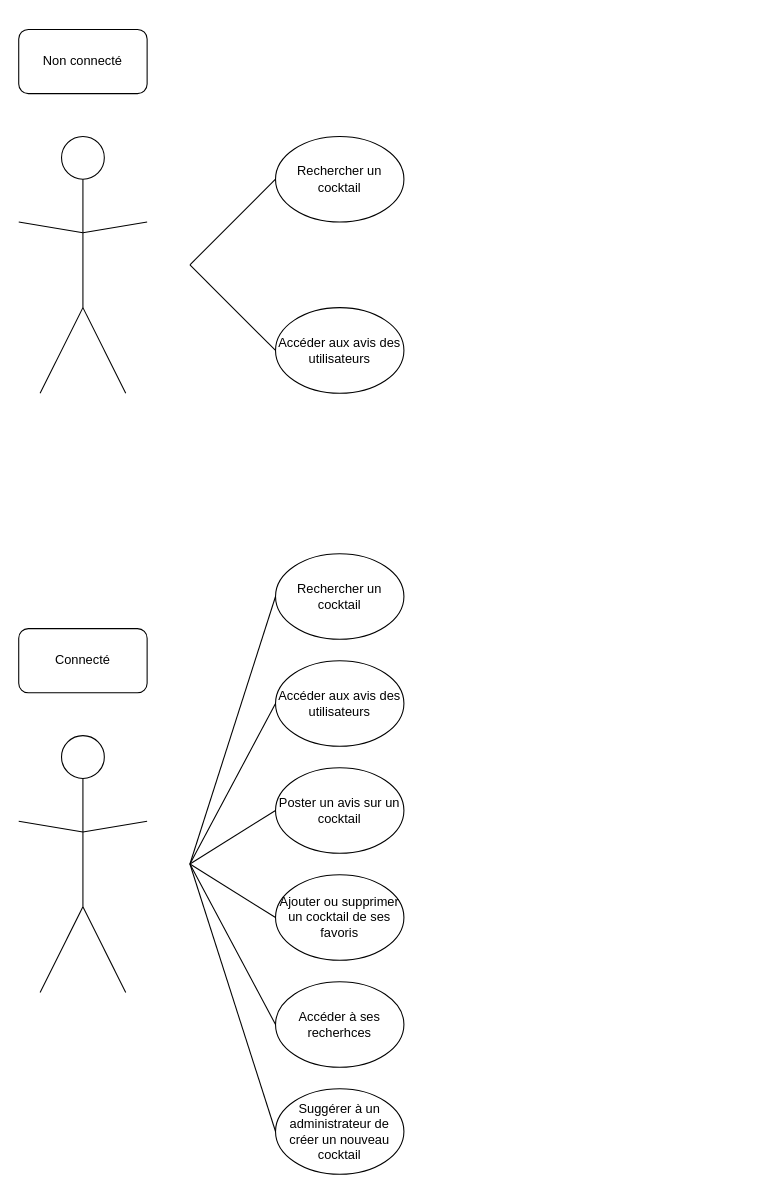
Above: Diagramme de cas d'utilisation.drawio in wahib299/ProjetInfo2A (draw.io), before the change. Source tidied: cells renumbered, new cells numbered last; positions are measured from the earlier drawing's top-left corner, leaving out a move shared by most shapes. Both pictures are drawn from the tidied source at 107%, with x=0, y=0 at pixel (18, 29).
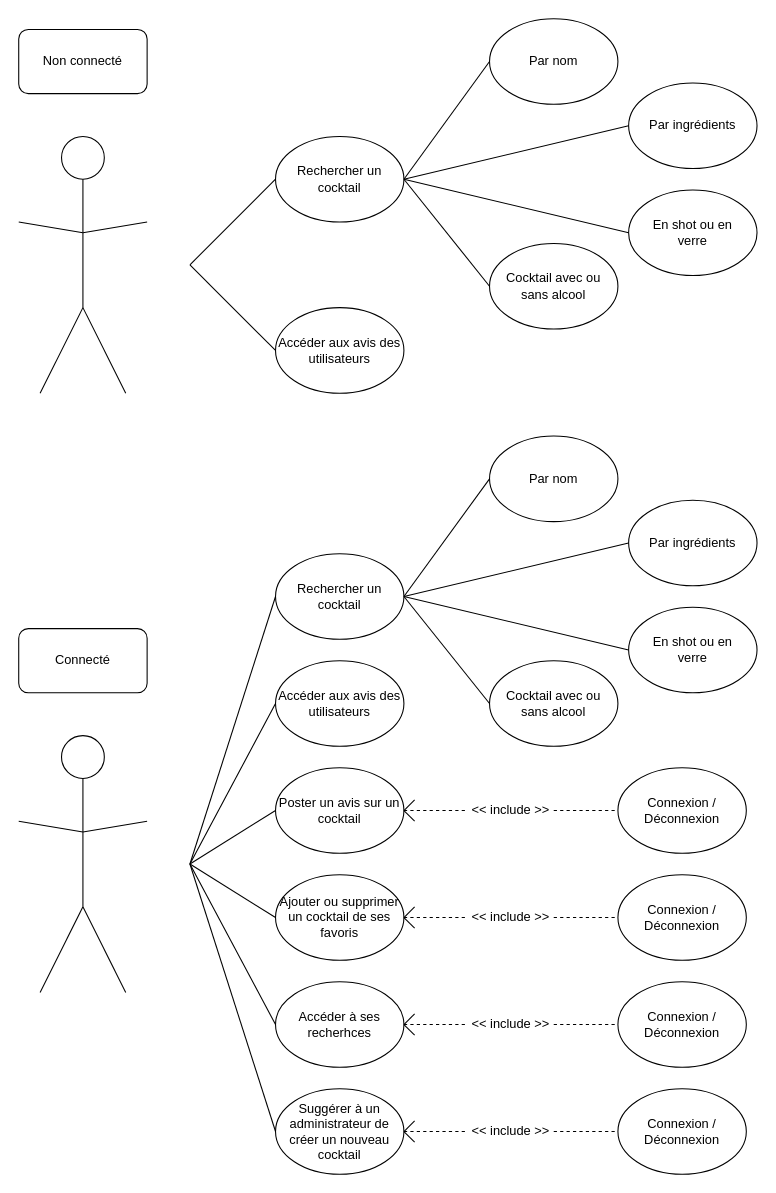
The same diagram, later.

Unchanged cells that the change refers to:
```xml
<mxCell id="19" value="Rechercher un cocktail" style="ellipse;whiteSpace=wrap;html=1;" parent="1" vertex="1">
  <mxGeometry x="240" y="490" width="120" height="80" as="geometry" />
</mxCell>
```

What changed in the source:
```diff
@@
+    <mxCell id="32" style="endArrow=none;html=1;" parent="1" edge="1">
+      <mxGeometry relative="1" as="geometry">
+        <mxPoint x="360" y="730" as="sourcePoint" />
+        <mxPoint x="370" y="720" as="targetPoint" />
+      </mxGeometry>
+    </mxCell>
+    <mxCell id="33" style="endArrow=none;html=1;" parent="1" edge="1">
+      <mxGeometry relative="1" as="geometry">
+        <mxPoint x="360" y="730" as="sourcePoint" />
+        <mxPoint x="370" y="740" as="targetPoint" />
+      </mxGeometry>
+    </mxCell>
+    <mxCell id="34" style="endArrow=none;dashed=1;html=1;entryX=0;entryY=0.5;entryDx=0;entryDy=0;" parent="1" edge="1" target="35">
+      <mxGeometry relative="1" as="geometry">
+        <mxPoint x="360" y="730" as="sourcePoint" />
+      </mxGeometry>
+    </mxCell>
+    <mxCell id="35" value="&amp;lt;&amp;lt; include &amp;gt;&amp;gt;" style="text;html=1;strokeColor=none;fillColor=none;align=center;verticalAlign=middle;whiteSpace=wrap;rounded=0;" parent="1" vertex="1">
+      <mxGeometry x="420" y="720" width="80" height="20" as="geometry" />
+    </mxCell>
+    <mxCell id="36" style="endArrow=none;dashed=1;html=1;exitX=1;exitY=0.5;exitDx=0;exitDy=0;" parent="1" edge="1" source="35">
+      <mxGeometry relative="1" as="geometry">
+        <mxPoint x="560" y="730" as="targetPoint" />
+      </mxGeometry>
+    </mxCell>
+    <mxCell id="37" style="endArrow=none;html=1;" parent="1" edge="1">
+      <mxGeometry relative="1" as="geometry">
+        <mxPoint x="360" y="830" as="sourcePoint" />
+        <mxPoint x="370" y="820" as="targetPoint" />
+      </mxGeometry>
+    </mxCell>
+    <mxCell id="38" style="endArrow=none;html=1;" parent="1" edge="1">
+      <mxGeometry relative="1" as="geometry">
+        <mxPoint x="360" y="830" as="sourcePoint" />
+        <mxPoint x="370" y="840" as="targetPoint" />
+      </mxGeometry>
+    </mxCell>
+    <mxCell id="39" style="endArrow=none;dashed=1;html=1;entryX=0;entryY=0.5;entryDx=0;entryDy=0;" parent="1" edge="1" target="40">
+      <mxGeometry relative="1" as="geometry">
+        <mxPoint x="360" y="830" as="sourcePoint" />
+      </mxGeometry>
+    </mxCell>
+    <mxCell id="40" value="&amp;lt;&amp;lt; include &amp;gt;&amp;gt;" style="text;html=1;strokeColor=none;fillColor=none;align=center;verticalAlign=middle;whiteSpace=wrap;rounded=0;" parent="1" vertex="1">
+      <mxGeometry x="420" y="820" width="80" height="20" as="geometry" />
+    </mxCell>
+    <mxCell id="41" style="endArrow=none;dashed=1;html=1;exitX=1;exitY=0.5;exitDx=0;exitDy=0;" parent="1" edge="1" source="40">
+      <mxGeometry relative="1" as="geometry">
+        <mxPoint x="560" y="830" as="targetPoint" />
+      </mxGeometry>
+    </mxCell>
+    <mxCell id="42" style="endArrow=none;html=1;" parent="1" edge="1">
+      <mxGeometry relative="1" as="geometry">
+        <mxPoint x="360" y="930" as="sourcePoint" />
+        <mxPoint x="370" y="920" as="targetPoint" />
+      </mxGeometry>
+    </mxCell>
+    <mxCell id="43" style="endArrow=none;html=1;" parent="1" edge="1">
+      <mxGeometry relative="1" as="geometry">
+        <mxPoint x="360" y="930" as="sourcePoint" />
+        <mxPoint x="370" y="940" as="targetPoint" />
+      </mxGeometry>
+    </mxCell>
+    <mxCell id="44" style="endArrow=none;dashed=1;html=1;entryX=0;entryY=0.5;entryDx=0;entryDy=0;" parent="1" edge="1" target="45">
+      <mxGeometry relative="1" as="geometry">
+        <mxPoint x="360" y="930" as="sourcePoint" />
+      </mxGeometry>
+    </mxCell>
+    <mxCell id="45" value="&amp;lt;&amp;lt; include &amp;gt;&amp;gt;" style="text;html=1;strokeColor=none;fillColor=none;align=center;verticalAlign=middle;whiteSpace=wrap;rounded=0;" parent="1" vertex="1">
+      <mxGeometry x="420" y="920" width="80" height="20" as="geometry" />
+    </mxCell>
+    <mxCell id="46" style="endArrow=none;dashed=1;html=1;exitX=1;exitY=0.5;exitDx=0;exitDy=0;" parent="1" edge="1" source="45">
+      <mxGeometry relative="1" as="geometry">
+        <mxPoint x="560" y="930" as="targetPoint" />
+      </mxGeometry>
+    </mxCell>
+    <mxCell id="47" style="endArrow=none;html=1;" parent="1" edge="1">
+      <mxGeometry relative="1" as="geometry">
+        <mxPoint x="360" y="1030" as="sourcePoint" />
+        <mxPoint x="370" y="1020" as="targetPoint" />
+      </mxGeometry>
+    </mxCell>
+    <mxCell id="48" style="endArrow=none;html=1;" parent="1" edge="1">
+      <mxGeometry relative="1" as="geometry">
+        <mxPoint x="360" y="1030" as="sourcePoint" />
+        <mxPoint x="370" y="1040" as="targetPoint" />
+      </mxGeometry>
+    </mxCell>
+    <mxCell id="49" style="endArrow=none;dashed=1;html=1;entryX=0;entryY=0.5;entryDx=0;entryDy=0;" parent="1" edge="1" target="50">
+      <mxGeometry relative="1" as="geometry">
+        <mxPoint x="360" y="1030" as="sourcePoint" />
+      </mxGeometry>
+    </mxCell>
+    <mxCell id="50" value="&amp;lt;&amp;lt; include &amp;gt;&amp;gt;" style="text;html=1;strokeColor=none;fillColor=none;align=center;verticalAlign=middle;whiteSpace=wrap;rounded=0;" parent="1" vertex="1">
+      <mxGeometry x="420" y="1020" width="80" height="20" as="geometry" />
+    </mxCell>
+    <mxCell id="51" style="endArrow=none;dashed=1;html=1;exitX=1;exitY=0.5;exitDx=0;exitDy=0;" parent="1" edge="1" source="50">
+      <mxGeometry relative="1" as="geometry">
+        <mxPoint x="560" y="1030" as="targetPoint" />
+      </mxGeometry>
+    </mxCell>
+    <mxCell id="52" value="Connexion / Déconnexion" style="ellipse;whiteSpace=wrap;html=1;" parent="1" vertex="1">
+      <mxGeometry x="560" y="690" width="120" height="80" as="geometry" />
+    </mxCell>
+    <mxCell id="53" value="Connexion / Déconnexion" style="ellipse;whiteSpace=wrap;html=1;" parent="1" vertex="1">
+      <mxGeometry x="560" y="990" width="120" height="80" as="geometry" />
+    </mxCell>
+    <mxCell id="54" value="Connexion / Déconnexion" style="ellipse;whiteSpace=wrap;html=1;" parent="1" vertex="1">
+      <mxGeometry x="560" y="890" width="120" height="80" as="geometry" />
+    </mxCell>
+    <mxCell id="55" value="Connexion / Déconnexion" style="ellipse;whiteSpace=wrap;html=1;" parent="1" vertex="1">
+      <mxGeometry x="560" y="790" width="120" height="80" as="geometry" />
+    </mxCell>
+    <mxCell id="56" value="Par nom" style="ellipse;whiteSpace=wrap;html=1;" parent="1" vertex="1">
+      <mxGeometry x="440" y="380" width="120" height="80" as="geometry" />
+    </mxCell>
+    <mxCell id="57" value="En shot ou en&lt;br&gt;verre" style="ellipse;whiteSpace=wrap;html=1;" parent="1" vertex="1">
+      <mxGeometry x="570" y="540" width="120" height="80" as="geometry" />
+    </mxCell>
+    <mxCell id="58" value="Cocktail avec ou&lt;br&gt;sans alcool" style="ellipse;whiteSpace=wrap;html=1;" parent="1" vertex="1">
+      <mxGeometry x="440" y="590" width="120" height="80" as="geometry" />
+    </mxCell>
+    <mxCell id="59" value="Par ingrédients" style="ellipse;whiteSpace=wrap;html=1;" parent="1" vertex="1">
+      <mxGeometry x="570" y="440" width="120" height="80" as="geometry" />
+    </mxCell>
+    <mxCell id="60" style="endArrow=none;html=1;exitX=1;exitY=0.5;exitDx=0;exitDy=0;entryX=0;entryY=0.5;entryDx=0;entryDy=0;" parent="1" edge="1" source="19" target="56">
+      <mxGeometry relative="1" as="geometry" />
+    </mxCell>
+    <mxCell id="61" style="endArrow=none;html=1;entryX=0;entryY=0.5;entryDx=0;entryDy=0;" parent="1" edge="1" target="59">
+      <mxGeometry relative="1" as="geometry">
+        <mxPoint x="360" y="530" as="sourcePoint" />
+      </mxGeometry>
+    </mxCell>
+    <mxCell id="62" style="endArrow=none;html=1;entryX=0;entryY=0.5;entryDx=0;entryDy=0;" parent="1" edge="1" target="57">
+      <mxGeometry relative="1" as="geometry">
+        <mxPoint x="360" y="530" as="sourcePoint" />
+      </mxGeometry>
+    </mxCell>
+    <mxCell id="63" style="endArrow=none;html=1;entryX=0;entryY=0.5;entryDx=0;entryDy=0;exitX=1;exitY=0.5;exitDx=0;exitDy=0;" parent="1" edge="1" source="19" target="58">
+      <mxGeometry relative="1" as="geometry" />
+    </mxCell>
+    <mxCell id="64" value="Par nom" style="ellipse;whiteSpace=wrap;html=1;" parent="1" vertex="1">
+      <mxGeometry x="440" y="-10" width="120" height="80" as="geometry" />
+    </mxCell>
+    <mxCell id="65" value="En shot ou en&lt;br&gt;verre" style="ellipse;whiteSpace=wrap;html=1;" parent="1" vertex="1">
+      <mxGeometry x="570" y="150" width="120" height="80" as="geometry" />
+    </mxCell>
+    <mxCell id="66" value="Cocktail avec ou&lt;br&gt;sans alcool" style="ellipse;whiteSpace=wrap;html=1;" parent="1" vertex="1">
+      <mxGeometry x="440" y="200" width="120" height="80" as="geometry" />
+    </mxCell>
+    <mxCell id="67" value="Par ingrédients" style="ellipse;whiteSpace=wrap;html=1;" parent="1" vertex="1">
+      <mxGeometry x="570" y="50" width="120" height="80" as="geometry" />
+    </mxCell>
+    <mxCell id="68" style="endArrow=none;html=1;exitX=1;exitY=0.5;exitDx=0;exitDy=0;entryX=0;entryY=0.5;entryDx=0;entryDy=0;" parent="1" edge="1" target="64">
+      <mxGeometry relative="1" as="geometry">
+        <mxPoint x="360" y="140" as="sourcePoint" />
+      </mxGeometry>
+    </mxCell>
+    <mxCell id="69" style="endArrow=none;html=1;entryX=0;entryY=0.5;entryDx=0;entryDy=0;" parent="1" edge="1" target="67">
+      <mxGeometry relative="1" as="geometry">
+        <mxPoint x="360" y="140" as="sourcePoint" />
+      </mxGeometry>
+    </mxCell>
+    <mxCell id="70" style="endArrow=none;html=1;entryX=0;entryY=0.5;entryDx=0;entryDy=0;" parent="1" edge="1" target="65">
+      <mxGeometry relative="1" as="geometry">
+        <mxPoint x="360" y="140" as="sourcePoint" />
+      </mxGeometry>
+    </mxCell>
+    <mxCell id="71" style="endArrow=none;html=1;entryX=0;entryY=0.5;entryDx=0;entryDy=0;exitX=1;exitY=0.5;exitDx=0;exitDy=0;" parent="1" edge="1" target="66">
+      <mxGeometry relative="1" as="geometry">
+        <mxPoint x="360" y="140" as="sourcePoint" />
+      </mxGeometry>
+    </mxCell>
```
